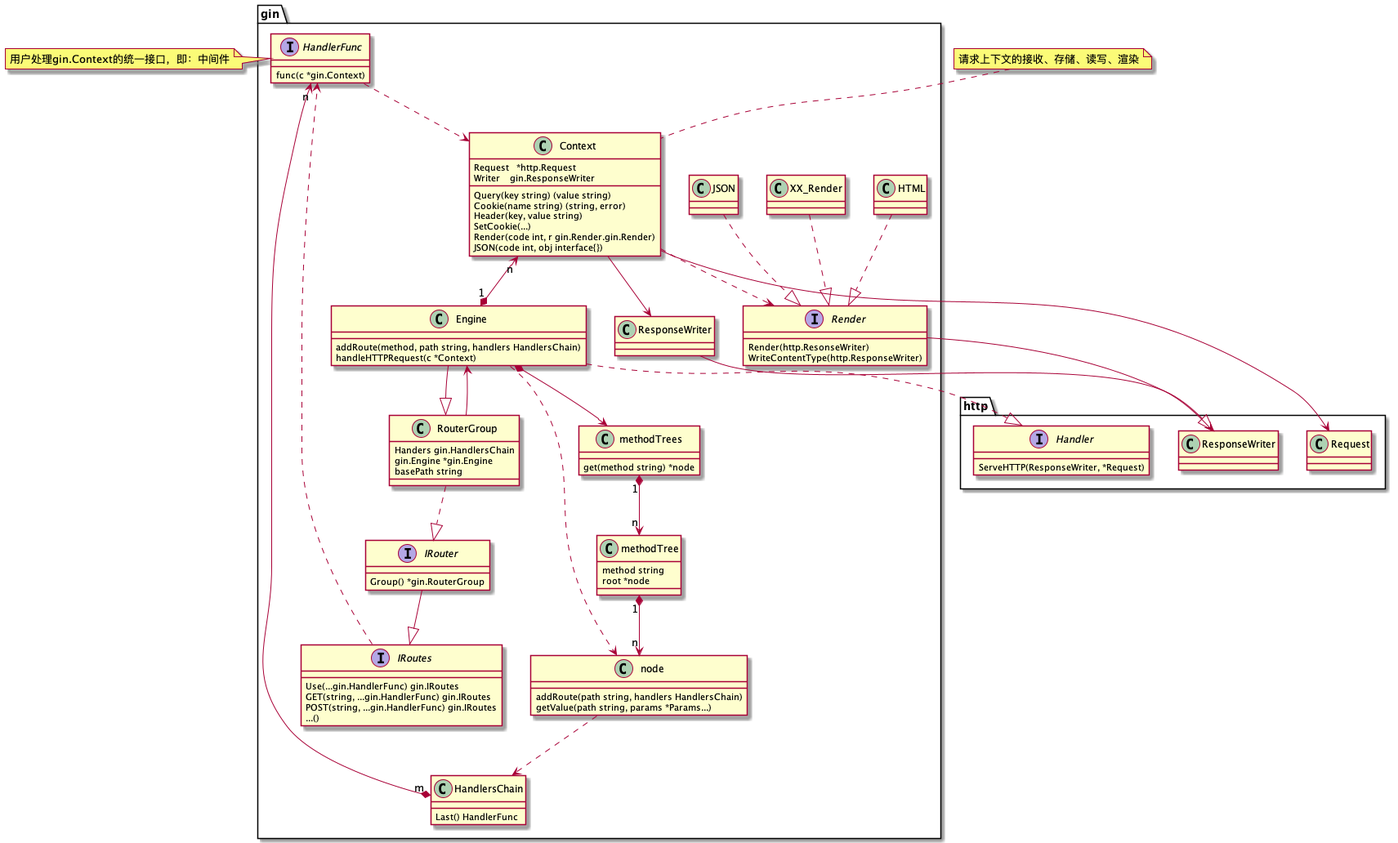
Above: go_web_framework/gin/uml_gin.png in tjufc/notes (PlantUML), before the change. The source it was exported from:
```plantuml
@startuml

class gin.ResponseWriter {}
gin.ResponseWriter --|> http.ResponseWriter

interface gin.Render {
    Render(http.ResonseWriter)
    WriteContentType(http.ResponseWriter)
}
gin.Render --> http.ResponseWriter
class gin.JSON {}
class gin.HTML {}
class gin.XX_Render {}
gin.JSON ..|> gin.Render
gin.HTML ..|> gin.Render
gin.XX_Render ..|> gin.Render

class gin.Context {
    Request   *http.Request
	Writer    gin.ResponseWriter

    Query(key string) (value string)
    Cookie(name string) (string, error)
    Header(key, value string)
    SetCookie(...)
    Render(code int, r gin.Render.gin.Render)
    JSON(code int, obj interface{})
}
note top: 请求上下文的接收、存储、读写、渲染
gin.Context --> gin.ResponseWriter
gin.Context --> http.Request
gin.Context ..> gin.Render
gin.Context "n" <--* "1" gin.Engine



interface gin.HandlerFunc {
    func(c *gin.Context)
}
note left: 用户处理gin.Context的统一接口，即：中间件
gin.HandlerFunc ..> gin.Context

class gin.HandlersChain {
    Last() HandlerFunc
}
gin.HandlersChain "m" *--> "n" gin.HandlerFunc



interface gin.IRoutes {
    Use(...gin.HandlerFunc) gin.IRoutes
    GET(string, ...gin.HandlerFunc) gin.IRoutes
    POST(string, ...gin.HandlerFunc) gin.IRoutes
    ...()
}
gin.IRoutes ..> gin.HandlerFunc

interface gin.IRouter {
    Group() *gin.RouterGroup
}
gin.IRouter --|> gin.IRoutes

class gin.RouterGroup {
    Handers gin.HandlersChain
    gin.Engine *gin.Engine
    basePath string
}
gin.RouterGroup ..|> gin.IRouter
gin.RouterGroup --> gin.Engine



interface http.Handler {
    ServeHTTP(ResponseWriter, *Request)
}

class gin.Engine {
    addRoute(method, path string, handlers HandlersChain)
    handleHTTPRequest(c *Context)
}
gin.Engine --|> gin.RouterGroup
gin.Engine ..|> http.Handler
gin.Engine *--> gin.methodTrees
gin.Engine ..> gin.node



class gin.node {
    addRoute(path string, handlers HandlersChain)
    getValue(path string, params *Params...)
}
gin.node ..> gin.HandlersChain

class gin.methodTree {
    method string
    root *node
}
gin.methodTree "1" *--> "n" gin.node

class gin.methodTrees {
    get(method string) *node
}
gin.methodTrees "1" *--> "n" gin.methodTree


@enduml
```
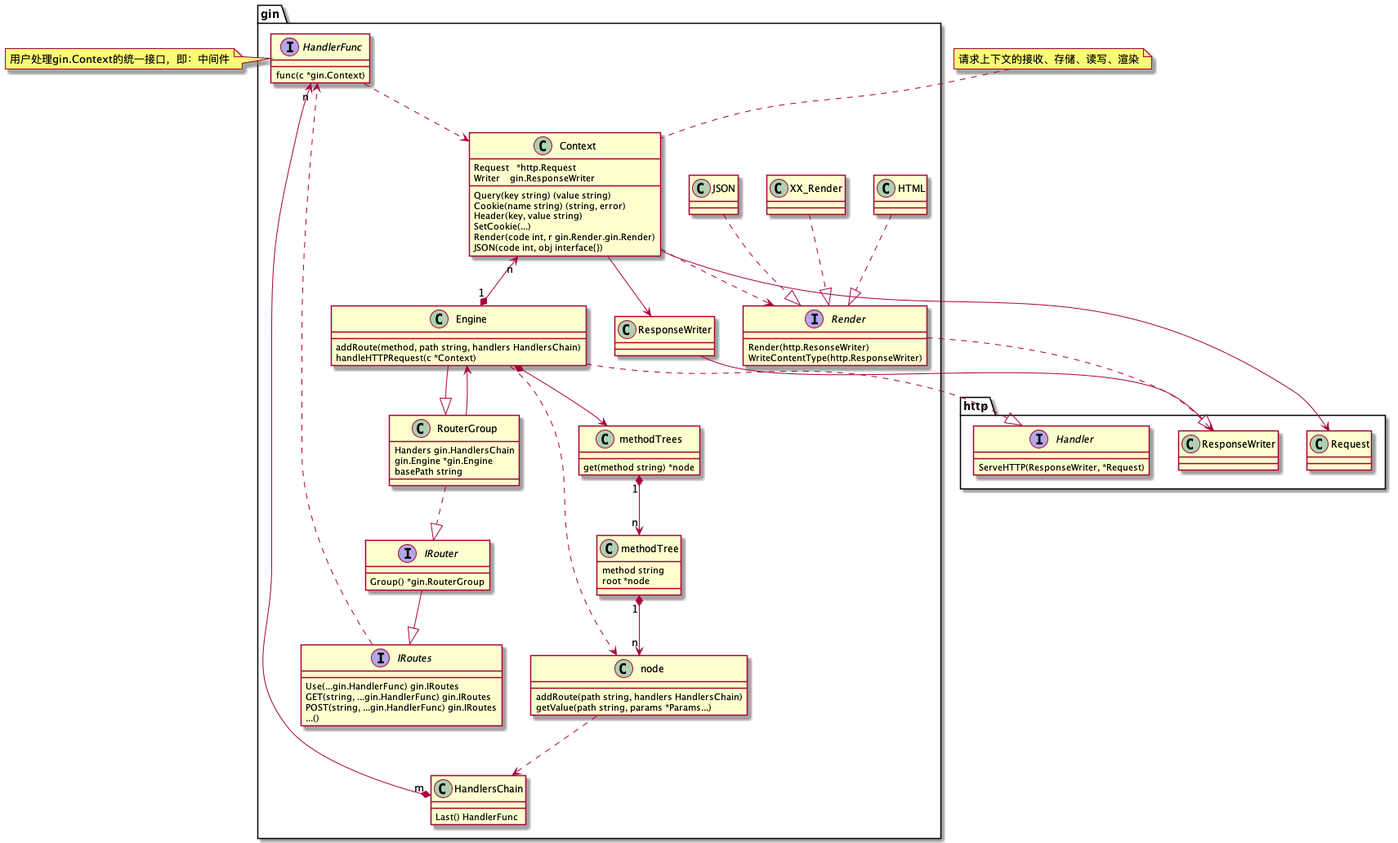
After the commit.

Diff of the diagram source:
```diff
@@ -7,7 +7,7 @@
     Render(http.ResonseWriter)
     WriteContentType(http.ResponseWriter)
 }
-gin.Render --> http.ResponseWriter
+gin.Render ..> http.ResponseWriter
 class gin.JSON {}
 class gin.HTML {}
 class gin.XX_Render {}
```
